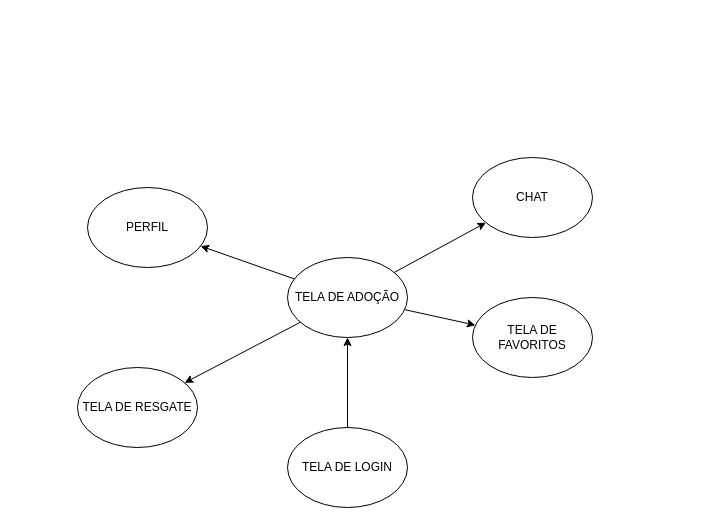
Above: Fluxograma de telas.drawio in JoaoGans/DRAW.tcc (draw.io), before the change. Source tidied: cells renumbered, new cells numbered last; positions are measured from the earlier drawing's top-left corner, leaving out a move shared by most shapes. Both pictures are drawn from the tidied source at 100%, with x=0, y=0 at pixel (77, 157).
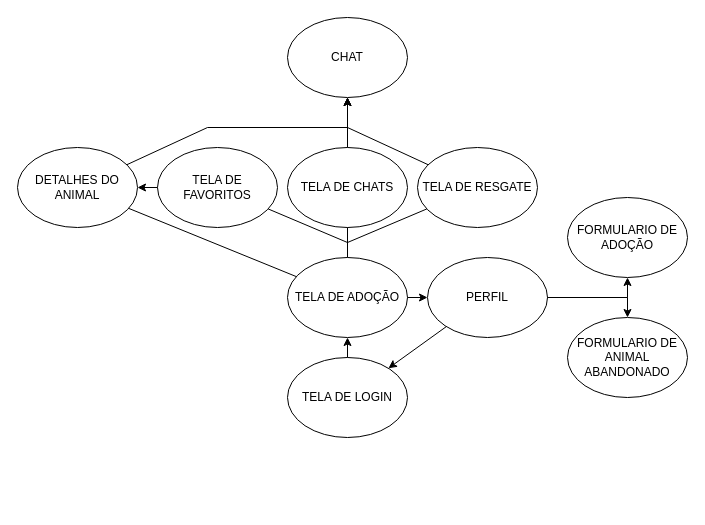
Above is the later version.

Unchanged cells that the change refers to:
```xml
<mxCell id="3" value="TELA DE ADOÇÃO" style="ellipse;whiteSpace=wrap;html=1;" parent="1" vertex="1">
  <mxGeometry x="210" y="100" width="120" height="80" as="geometry" />
</mxCell>
```

Change to the diagram source:
```diff
@@
     <mxCell id="2" value="TELA DE LOGIN" style="ellipse;whiteSpace=wrap;html=1;" parent="1" vertex="1">
-      <mxGeometry x="210" y="270" width="120" height="80" as="geometry" />
+      <mxGeometry x="210" y="200" width="120" height="80" as="geometry" />
     </mxCell>
@@
     <mxCell id="4" value="TELA DE RESGATE" style="ellipse;whiteSpace=wrap;html=1;" parent="1" vertex="1">
-      <mxGeometry y="210" width="120" height="80" as="geometry" />
+      <mxGeometry x="340" y="-10" width="120" height="80" as="geometry" />
     </mxCell>
     <mxCell id="5" value="TELA DE FAVORITOS" style="ellipse;whiteSpace=wrap;html=1;" parent="1" vertex="1">
-      <mxGeometry x="395" y="140" width="120" height="80" as="geometry" />
+      <mxGeometry x="80" y="-10" width="120" height="80" as="geometry" />
     </mxCell>
-    <mxCell id="6" value="CHAT" style="ellipse;whiteSpace=wrap;html=1;" parent="1" vertex="1">
-      <mxGeometry x="395" width="120" height="80" as="geometry" />
+    <mxCell id="6" value="TELA DE CHATS" style="ellipse;whiteSpace=wrap;html=1;" parent="1" vertex="1">
+      <mxGeometry x="210" y="-10" width="120" height="80" as="geometry" />
     </mxCell>
     <mxCell id="7" value="PERFIL" style="ellipse;whiteSpace=wrap;html=1;" parent="1" vertex="1">
-      <mxGeometry x="10" y="30" width="120" height="80" as="geometry" />
+      <mxGeometry x="350" y="100" width="120" height="80" as="geometry" />
     </mxCell>
@@
+    <mxCell id="10" style="endArrow=classic;html=1;rounded=0;" parent="1" edge="1" source="2" target="3">
+      <mxGeometry relative="1" as="geometry" />
+    </mxCell>
+    <mxCell id="13" value="CHAT" style="ellipse;whiteSpace=wrap;html=1;" parent="1" vertex="1">
+      <mxGeometry x="210" y="-140" width="120" height="80" as="geometry" />
+    </mxCell>
+    <mxCell id="14" style="endArrow=classic;html=1;rounded=0;" parent="1" edge="1" source="6" target="13">
+      <mxGeometry relative="1" as="geometry" />
+    </mxCell>
+    <mxCell id="15" value="DETALHES DO ANIMAL" style="ellipse;whiteSpace=wrap;html=1;" parent="1" vertex="1">
+      <mxGeometry x="-60" y="-10" width="120" height="80" as="geometry" />
+    </mxCell>
+    <mxCell id="16" style="endArrow=classic;html=1;rounded=0;" parent="1" edge="1" source="15" target="13">
+      <mxGeometry relative="1" as="geometry">
+        <Array as="points">
+          <mxPoint x="130" y="-30" />
+          <mxPoint x="270" y="-30" />
+        </Array>
+      </mxGeometry>
+    </mxCell>
+    <mxCell id="17" style="endArrow=classic;html=1;rounded=0;" parent="1" edge="1" source="7" target="2">
+      <mxGeometry relative="1" as="geometry" />
+    </mxCell>
+    <mxCell id="18" style="endArrow=classic;html=1;rounded=0;" parent="1" edge="1" source="5" target="15">
+      <mxGeometry relative="1" as="geometry" />
+    </mxCell>
+    <mxCell id="19" style="endArrow=classic;html=1;rounded=0;" parent="1" edge="1" source="4" target="13">
+      <mxGeometry relative="1" as="geometry">
+        <Array as="points">
+          <mxPoint x="270" y="-30" />
+        </Array>
+      </mxGeometry>
+    </mxCell>
+    <mxCell id="20" value="FORMULARIO DE ADOÇÃO" style="ellipse;whiteSpace=wrap;html=1;" parent="1" vertex="1">
+      <mxGeometry x="490" y="40" width="120" height="80" as="geometry" />
+    </mxCell>
+    <mxCell id="21" style="endArrow=classic;html=1;rounded=0;" parent="1" edge="1" source="7" target="20">
+      <mxGeometry relative="1" as="geometry">
+        <Array as="points">
+          <mxPoint x="550" y="140" />
+        </Array>
+      </mxGeometry>
+    </mxCell>
+    <mxCell id="22" value="FORMULARIO DE ANIMAL ABANDONADO" style="ellipse;whiteSpace=wrap;html=1;" parent="1" vertex="1">
+      <mxGeometry x="490" y="160" width="120" height="80" as="geometry" />
+    </mxCell>
+    <mxCell id="23" style="endArrow=classic;html=1;rounded=0;" parent="1" edge="1" source="7" target="22">
+      <mxGeometry relative="1" as="geometry">
+        <Array as="points">
+          <mxPoint x="550" y="140" />
+        </Array>
+      </mxGeometry>
+    </mxCell>
-    <mxCell id="9" style="endArrow=classic;html=1;rounded=0;" parent="1" edge="1" source="3" target="6">
+    <mxCell id="9" style="endArrow=none;html=1;rounded=0;" parent="1" edge="1" source="3" target="6">
       <mxGeometry relative="1" as="geometry" />
     </mxCell>
-    <mxCell id="10" style="endArrow=classic;html=1;rounded=0;" parent="1" edge="1" source="2" target="3">
-      <mxGeometry relative="1" as="geometry" />
-    </mxCell>
-    <mxCell id="11" style="endArrow=classic;html=1;rounded=0;" parent="1" edge="1" source="3" target="4">
-      <mxGeometry relative="1" as="geometry" />
-    </mxCell>
-    <mxCell id="12" style="endArrow=classic;html=1;rounded=0;" parent="1" edge="1" source="3" target="5">
-      <mxGeometry relative="1" as="geometry" />
-    </mxCell>
+    <mxCell id="24" style="endArrow=none;html=1;rounded=0;" parent="1" edge="1" source="5">
+      <mxGeometry relative="1" as="geometry">
+        <mxPoint x="270" y="85" as="targetPoint" />
+      </mxGeometry>
+    </mxCell>
+    <mxCell id="25" style="endArrow=none;html=1;rounded=0;" parent="1" edge="1" target="4">
+      <mxGeometry relative="1" as="geometry">
+        <mxPoint x="270" y="85" as="sourcePoint" />
+      </mxGeometry>
+    </mxCell>
+    <mxCell id="26" style="endArrow=none;html=1;rounded=0;" parent="1" edge="1" source="3" target="15">
+      <mxGeometry relative="1" as="geometry" />
+    </mxCell>
```
